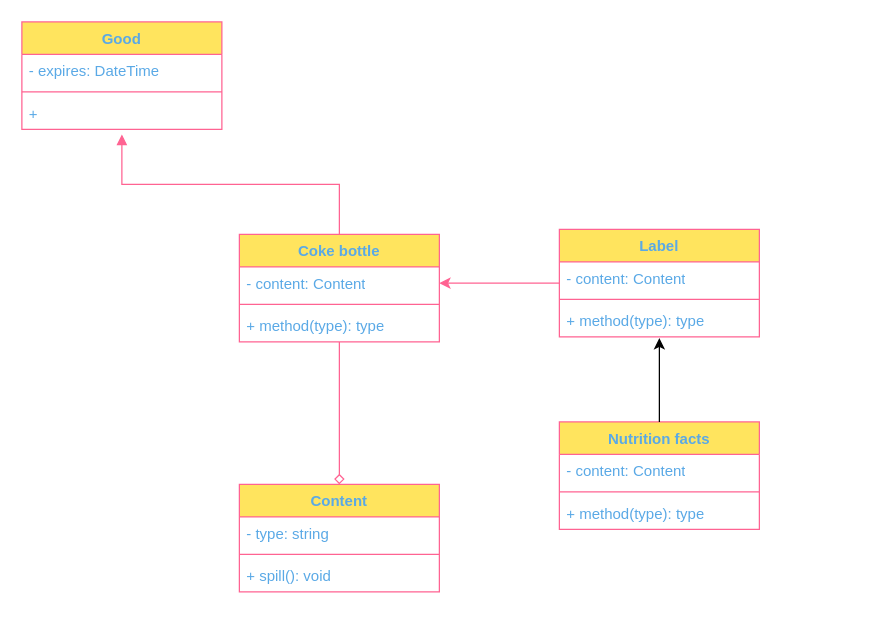
This is Diagram UML.drawio from kwaadrat/UML-Diagrams, a draw.io file, before an edit. Source tidied: cells renumbered, new cells numbered last; positions are measured from the earlier drawing's top-left corner, leaving out a move shared by most shapes. Both pictures are drawn from the tidied source at 125%, with x=0, y=0 at pixel (21, 21).
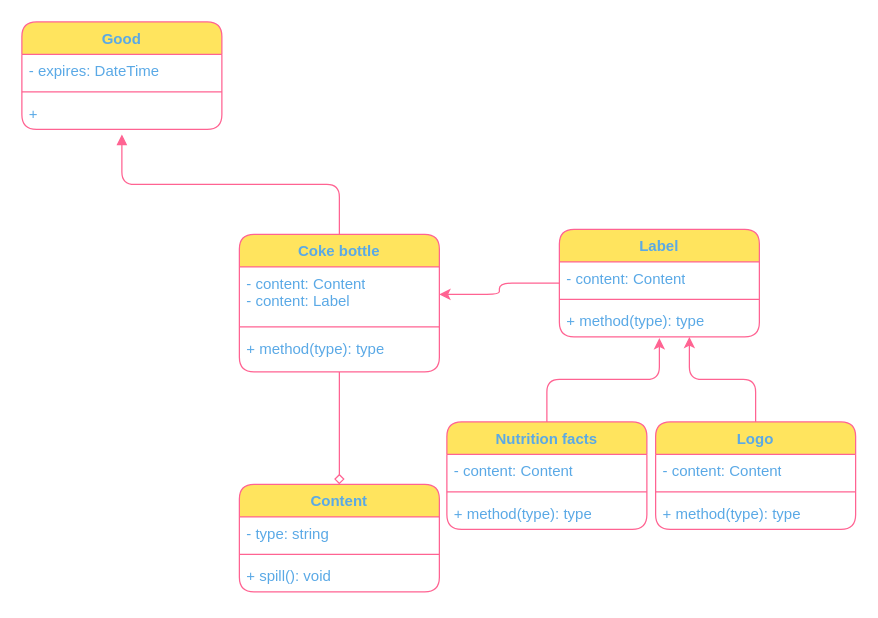
Above is the later version.

Change to the diagram source:
```diff
@@
-    <mxCell id="2" style="edgeStyle=orthogonalEdgeStyle;rounded=0;jettySize=auto;html=1;entryX=0.5;entryY=0;entryDx=0;entryDy=0;endArrow=diamond;endFill=0;labelBackgroundColor=none;strokeColor=#FF6392;fontColor=default;" parent="1" edge="1" source="3" target="11">
+    <mxCell id="2" style="edgeStyle=orthogonalEdgeStyle;rounded=1;jettySize=auto;html=1;entryX=0.5;entryY=0;entryDx=0;entryDy=0;endArrow=diamond;endFill=0;labelBackgroundColor=none;strokeColor=#FF6392;fontColor=default;" parent="1" edge="1" source="3" target="11">
       <mxGeometry relative="1" as="geometry" />
     </mxCell>
-    <mxCell id="3" value="Coke bottle" style="swimlane;fontStyle=1;align=center;verticalAlign=top;horizontal=1;startSize=26;whiteSpace=wrap;html=1;labelBackgroundColor=none;fillColor=#FFE45E;strokeColor=#FF6392;fontColor=#5AA9E6;" parent="1" vertex="1">
-      <mxGeometry x="174" y="170" width="160" height="86" as="geometry" />
+    <mxCell id="3" value="Coke bottle" style="swimlane;fontStyle=1;align=center;verticalAlign=top;horizontal=1;startSize=26;whiteSpace=wrap;html=1;labelBackgroundColor=none;fillColor=#FFE45E;strokeColor=#FF6392;fontColor=#5AA9E6;rounded=1;" parent="1" vertex="1">
+      <mxGeometry x="174" y="170" width="160" height="110" as="geometry" />
     </mxCell>
-    <mxCell id="4" value="- content: Content" style="text;strokeColor=none;fillColor=none;align=left;verticalAlign=top;spacingLeft=4;spacingRight=4;overflow=hidden;points=[[0,0.5],[1,0.5]];portConstraint=eastwest;whiteSpace=wrap;html=1;labelBackgroundColor=none;fontColor=#5AA9E6;" parent="3" vertex="1">
-      <mxGeometry y="26" width="160" height="26" as="geometry" />
+    <mxCell id="4" value="- content: Content&lt;br&gt;- content: Label" style="text;strokeColor=none;fillColor=none;align=left;verticalAlign=top;spacingLeft=4;spacingRight=4;overflow=hidden;points=[[0,0.5],[1,0.5]];portConstraint=eastwest;whiteSpace=wrap;html=1;labelBackgroundColor=none;fontColor=#5AA9E6;rounded=1;" parent="3" vertex="1">
+      <mxGeometry y="26" width="160" height="44" as="geometry" />
     </mxCell>
-    <mxCell id="5" style="line;strokeWidth=1;fillColor=none;align=left;verticalAlign=middle;spacingTop=-1;spacingLeft=3;spacingRight=3;labelPosition=right;strokeColor=#FF6392;labelBackgroundColor=none;fontColor=#5AA9E6;" parent="3" vertex="1">
-      <mxGeometry y="52" width="160" height="8" as="geometry" />
+    <mxCell id="5" style="line;strokeWidth=1;fillColor=none;align=left;verticalAlign=middle;spacingTop=-1;spacingLeft=3;spacingRight=3;labelPosition=right;strokeColor=#FF6392;labelBackgroundColor=none;fontColor=#5AA9E6;rounded=1;" parent="3" vertex="1">
+      <mxGeometry y="70" width="160" height="8" as="geometry" />
     </mxCell>
-    <mxCell id="6" value="+ method(type): type" style="text;strokeColor=none;fillColor=none;align=left;verticalAlign=top;spacingLeft=4;spacingRight=4;overflow=hidden;whiteSpace=wrap;html=1;labelBackgroundColor=none;fontColor=#5AA9E6;" parent="3" vertex="1">
-      <mxGeometry y="60" width="160" height="26" as="geometry" />
+    <mxCell id="6" value="+ method(type): type" style="text;strokeColor=none;fillColor=none;align=left;verticalAlign=top;spacingLeft=4;spacingRight=4;overflow=hidden;whiteSpace=wrap;html=1;labelBackgroundColor=none;fontColor=#5AA9E6;rounded=1;" parent="3" vertex="1">
+      <mxGeometry y="78" width="160" height="32" as="geometry" />
     </mxCell>
-    <mxCell id="7" value="Good" style="swimlane;fontStyle=1;align=center;verticalAlign=top;horizontal=1;startSize=26;whiteSpace=wrap;html=1;labelBackgroundColor=none;fillColor=#FFE45E;strokeColor=#FF6392;fontColor=#5AA9E6;" parent="1" vertex="1">
+    <mxCell id="7" value="Good" style="swimlane;fontStyle=1;align=center;verticalAlign=top;horizontal=1;startSize=26;whiteSpace=wrap;html=1;labelBackgroundColor=none;fillColor=#FFE45E;strokeColor=#FF6392;fontColor=#5AA9E6;rounded=1;" parent="1" vertex="1">
       <mxGeometry width="160" height="86" as="geometry" />
     </mxCell>
-    <mxCell id="8" value="- expires: DateTime" style="text;strokeColor=none;fillColor=none;align=left;verticalAlign=top;spacingLeft=4;spacingRight=4;overflow=hidden;whiteSpace=wrap;html=1;labelBackgroundColor=none;fontColor=#5AA9E6;" parent="7" vertex="1">
+    <mxCell id="8" value="- expires: DateTime" style="text;strokeColor=none;fillColor=none;align=left;verticalAlign=top;spacingLeft=4;spacingRight=4;overflow=hidden;whiteSpace=wrap;html=1;labelBackgroundColor=none;fontColor=#5AA9E6;rounded=1;" parent="7" vertex="1">
       <mxGeometry y="26" width="160" height="26" as="geometry" />
     </mxCell>
-    <mxCell id="9" style="line;strokeWidth=1;fillColor=none;align=left;verticalAlign=middle;spacingTop=-1;spacingLeft=3;spacingRight=3;labelPosition=right;strokeColor=#FF6392;labelBackgroundColor=none;fontColor=#5AA9E6;" parent="7" vertex="1">
+    <mxCell id="9" style="line;strokeWidth=1;fillColor=none;align=left;verticalAlign=middle;spacingTop=-1;spacingLeft=3;spacingRight=3;labelPosition=right;strokeColor=#FF6392;labelBackgroundColor=none;fontColor=#5AA9E6;rounded=1;" parent="7" vertex="1">
       <mxGeometry y="52" width="160" height="8" as="geometry" />
     </mxCell>
-    <mxCell id="10" value="+&amp;nbsp;" style="text;strokeColor=none;fillColor=none;align=left;verticalAlign=top;spacingLeft=4;spacingRight=4;overflow=hidden;points=[[0,0.5],[1,0.5]];portConstraint=eastwest;whiteSpace=wrap;html=1;labelBackgroundColor=none;fontColor=#5AA9E6;" parent="7" vertex="1">
+    <mxCell id="10" value="+&amp;nbsp;" style="text;strokeColor=none;fillColor=none;align=left;verticalAlign=top;spacingLeft=4;spacingRight=4;overflow=hidden;points=[[0,0.5],[1,0.5]];portConstraint=eastwest;whiteSpace=wrap;html=1;labelBackgroundColor=none;fontColor=#5AA9E6;rounded=1;" parent="7" vertex="1">
       <mxGeometry y="60" width="160" height="26" as="geometry" />
     </mxCell>
-    <mxCell id="11" value="Content" style="swimlane;fontStyle=1;align=center;verticalAlign=top;horizontal=1;startSize=26;whiteSpace=wrap;html=1;labelBackgroundColor=none;fillColor=#FFE45E;strokeColor=#FF6392;fontColor=#5AA9E6;" parent="1" vertex="1">
+    <mxCell id="11" value="Content" style="swimlane;fontStyle=1;align=center;verticalAlign=top;horizontal=1;startSize=26;whiteSpace=wrap;html=1;labelBackgroundColor=none;fillColor=#FFE45E;strokeColor=#FF6392;fontColor=#5AA9E6;rounded=1;" parent="1" vertex="1">
       <mxGeometry x="174" y="370" width="160" height="86" as="geometry" />
     </mxCell>
-    <mxCell id="12" value="- type: string" style="text;strokeColor=none;fillColor=none;align=left;verticalAlign=top;spacingLeft=4;spacingRight=4;overflow=hidden;whiteSpace=wrap;html=1;labelBackgroundColor=none;fontColor=#5AA9E6;" parent="11" vertex="1">
+    <mxCell id="12" value="- type: string" style="text;strokeColor=none;fillColor=none;align=left;verticalAlign=top;spacingLeft=4;spacingRight=4;overflow=hidden;whiteSpace=wrap;html=1;labelBackgroundColor=none;fontColor=#5AA9E6;rounded=1;" parent="11" vertex="1">
       <mxGeometry y="26" width="160" height="26" as="geometry" />
     </mxCell>
-    <mxCell id="13" style="line;strokeWidth=1;fillColor=none;align=left;verticalAlign=middle;spacingTop=-1;spacingLeft=3;spacingRight=3;labelPosition=right;strokeColor=#FF6392;labelBackgroundColor=none;fontColor=#5AA9E6;" parent="11" vertex="1">
+    <mxCell id="13" style="line;strokeWidth=1;fillColor=none;align=left;verticalAlign=middle;spacingTop=-1;spacingLeft=3;spacingRight=3;labelPosition=right;strokeColor=#FF6392;labelBackgroundColor=none;fontColor=#5AA9E6;rounded=1;" parent="11" vertex="1">
       <mxGeometry y="52" width="160" height="8" as="geometry" />
     </mxCell>
-    <mxCell id="14" value="+ spill(): void" style="text;strokeColor=none;fillColor=none;align=left;verticalAlign=top;spacingLeft=4;spacingRight=4;overflow=hidden;whiteSpace=wrap;html=1;labelBackgroundColor=none;fontColor=#5AA9E6;" parent="11" vertex="1">
+    <mxCell id="14" value="+ spill(): void" style="text;strokeColor=none;fillColor=none;align=left;verticalAlign=top;spacingLeft=4;spacingRight=4;overflow=hidden;whiteSpace=wrap;html=1;labelBackgroundColor=none;fontColor=#5AA9E6;rounded=1;" parent="11" vertex="1">
       <mxGeometry y="60" width="160" height="26" as="geometry" />
     </mxCell>
-    <mxCell id="15" style="html=1;verticalAlign=bottom;endArrow=block;curved=0;rounded=0;entryX=0.5;entryY=1.154;entryDx=0;entryDy=0;entryPerimeter=0;exitX=0.5;exitY=0;exitDx=0;exitDy=0;align=center;labelBorderColor=none;labelBackgroundColor=none;strokeColor=#FF6392;fontColor=default;" parent="1" edge="1" source="3" target="10">
+    <mxCell id="15" style="html=1;verticalAlign=bottom;endArrow=block;curved=0;rounded=1;entryX=0.5;entryY=1.154;entryDx=0;entryDy=0;entryPerimeter=0;exitX=0.5;exitY=0;exitDx=0;exitDy=0;align=center;labelBorderColor=none;labelBackgroundColor=none;strokeColor=#FF6392;fontColor=default;" parent="1" edge="1" source="3" target="10">
       <mxGeometry relative="1" as="geometry">
         <Array as="points">
           <mxPoint x="254" y="130" />
           <mxPoint x="80" y="130" />
         </Array>
       </mxGeometry>
     </mxCell>
-    <mxCell id="16" style="edgeStyle=orthogonalEdgeStyle;rounded=0;jettySize=auto;html=1;entryX=1;entryY=0.5;entryDx=0;entryDy=0;labelBackgroundColor=none;strokeColor=#FF6392;fontColor=default;" parent="1" edge="1" source="17" target="4">
+    <mxCell id="16" style="edgeStyle=orthogonalEdgeStyle;rounded=1;jettySize=auto;html=1;entryX=1;entryY=0.5;entryDx=0;entryDy=0;labelBackgroundColor=none;strokeColor=#FF6392;fontColor=default;" parent="1" edge="1" source="17" target="4">
       <mxGeometry relative="1" as="geometry" />
     </mxCell>
-    <mxCell id="17" value="Label" style="swimlane;fontStyle=1;align=center;verticalAlign=top;horizontal=1;startSize=26;whiteSpace=wrap;html=1;labelBackgroundColor=none;fillColor=#FFE45E;strokeColor=#FF6392;fontColor=#5AA9E6;" parent="1" vertex="1">
+    <mxCell id="17" value="Label" style="swimlane;fontStyle=1;align=center;verticalAlign=top;horizontal=1;startSize=26;whiteSpace=wrap;html=1;labelBackgroundColor=none;fillColor=#FFE45E;strokeColor=#FF6392;fontColor=#5AA9E6;rounded=1;" parent="1" vertex="1">
       <mxGeometry x="430" y="166" width="160" height="86" as="geometry" />
     </mxCell>
-    <mxCell id="18" value="- content: Content" style="text;strokeColor=none;fillColor=none;align=left;verticalAlign=top;spacingLeft=4;spacingRight=4;overflow=hidden;whiteSpace=wrap;html=1;labelBackgroundColor=none;fontColor=#5AA9E6;" parent="17" vertex="1">
+    <mxCell id="18" value="- content: Content" style="text;strokeColor=none;fillColor=none;align=left;verticalAlign=top;spacingLeft=4;spacingRight=4;overflow=hidden;whiteSpace=wrap;html=1;labelBackgroundColor=none;fontColor=#5AA9E6;rounded=1;" parent="17" vertex="1">
       <mxGeometry y="26" width="160" height="26" as="geometry" />
     </mxCell>
-    <mxCell id="19" style="line;strokeWidth=1;fillColor=none;align=left;verticalAlign=middle;spacingTop=-1;spacingLeft=3;spacingRight=3;labelPosition=right;strokeColor=#FF6392;labelBackgroundColor=none;fontColor=#5AA9E6;" parent="17" vertex="1">
+    <mxCell id="19" style="line;strokeWidth=1;fillColor=none;align=left;verticalAlign=middle;spacingTop=-1;spacingLeft=3;spacingRight=3;labelPosition=right;strokeColor=#FF6392;labelBackgroundColor=none;fontColor=#5AA9E6;rounded=1;" parent="17" vertex="1">
       <mxGeometry y="52" width="160" height="8" as="geometry" />
     </mxCell>
-    <mxCell id="20" value="+ method(type): type" style="text;strokeColor=none;fillColor=none;align=left;verticalAlign=top;spacingLeft=4;spacingRight=4;overflow=hidden;points=[[0,0.5],[1,0.5]];portConstraint=eastwest;whiteSpace=wrap;html=1;labelBackgroundColor=none;fontColor=#5AA9E6;" parent="17" vertex="1">
+    <mxCell id="20" value="+ method(type): type" style="text;strokeColor=none;fillColor=none;align=left;verticalAlign=top;spacingLeft=4;spacingRight=4;overflow=hidden;points=[[0,0.5],[1,0.5]];portConstraint=eastwest;whiteSpace=wrap;html=1;labelBackgroundColor=none;fontColor=#5AA9E6;rounded=1;" parent="17" vertex="1">
       <mxGeometry y="60" width="160" height="26" as="geometry" />
     </mxCell>
-    <mxCell id="21" value="Nutrition facts" style="swimlane;fontStyle=1;align=center;verticalAlign=top;horizontal=1;startSize=26;whiteSpace=wrap;html=1;labelBackgroundColor=none;fillColor=#FFE45E;strokeColor=#FF6392;fontColor=#5AA9E6;" parent="1" vertex="1">
-      <mxGeometry x="430" y="320" width="160" height="86" as="geometry" />
+    <mxCell id="21" value="Nutrition facts" style="swimlane;fontStyle=1;align=center;verticalAlign=top;horizontal=1;startSize=26;whiteSpace=wrap;html=1;labelBackgroundColor=none;fillColor=#FFE45E;strokeColor=#FF6392;fontColor=#5AA9E6;rounded=1;" parent="1" vertex="1">
+      <mxGeometry x="340" y="320" width="160" height="86" as="geometry" />
     </mxCell>
-    <mxCell id="22" value="- content: Content" style="text;strokeColor=none;fillColor=none;align=left;verticalAlign=top;spacingLeft=4;spacingRight=4;overflow=hidden;whiteSpace=wrap;html=1;labelBackgroundColor=none;fontColor=#5AA9E6;" parent="21" vertex="1">
+    <mxCell id="22" value="- content: Content" style="text;strokeColor=none;fillColor=none;align=left;verticalAlign=top;spacingLeft=4;spacingRight=4;overflow=hidden;whiteSpace=wrap;html=1;labelBackgroundColor=none;fontColor=#5AA9E6;rounded=1;" parent="21" vertex="1">
       <mxGeometry y="26" width="160" height="26" as="geometry" />
     </mxCell>
-    <mxCell id="23" style="line;strokeWidth=1;fillColor=none;align=left;verticalAlign=middle;spacingTop=-1;spacingLeft=3;spacingRight=3;labelPosition=right;strokeColor=#FF6392;labelBackgroundColor=none;fontColor=#5AA9E6;" parent="21" vertex="1">
+    <mxCell id="23" style="line;strokeWidth=1;fillColor=none;align=left;verticalAlign=middle;spacingTop=-1;spacingLeft=3;spacingRight=3;labelPosition=right;strokeColor=#FF6392;labelBackgroundColor=none;fontColor=#5AA9E6;rounded=1;" parent="21" vertex="1">
       <mxGeometry y="52" width="160" height="8" as="geometry" />
     </mxCell>
-    <mxCell id="24" value="+ method(type): type" style="text;strokeColor=none;fillColor=none;align=left;verticalAlign=top;spacingLeft=4;spacingRight=4;overflow=hidden;whiteSpace=wrap;html=1;labelBackgroundColor=none;fontColor=#5AA9E6;" parent="21" vertex="1">
+    <mxCell id="24" value="+ method(type): type" style="text;strokeColor=none;fillColor=none;align=left;verticalAlign=top;spacingLeft=4;spacingRight=4;overflow=hidden;whiteSpace=wrap;html=1;labelBackgroundColor=none;fontColor=#5AA9E6;rounded=1;" parent="21" vertex="1">
       <mxGeometry y="60" width="160" height="26" as="geometry" />
     </mxCell>
-    <mxCell id="25" style="edgeStyle=orthogonalEdgeStyle;rounded=0;jettySize=auto;html=1;entryX=0.5;entryY=1.038;entryDx=0;entryDy=0;entryPerimeter=0;" parent="1" edge="1" source="21" target="20">
+    <mxCell id="25" style="edgeStyle=orthogonalEdgeStyle;rounded=1;jettySize=auto;html=1;entryX=0.5;entryY=1.038;entryDx=0;entryDy=0;entryPerimeter=0;labelBackgroundColor=none;strokeColor=#FF6392;fontColor=default;" parent="1" edge="1" source="21" target="20">
       <mxGeometry relative="1" as="geometry" />
     </mxCell>
+    <mxCell id="26" value="Logo" style="swimlane;fontStyle=1;align=center;verticalAlign=top;horizontal=1;startSize=26;whiteSpace=wrap;html=1;labelBackgroundColor=none;fillColor=#FFE45E;strokeColor=#FF6392;fontColor=#5AA9E6;rounded=1;" parent="1" vertex="1">
+      <mxGeometry x="507" y="320" width="160" height="86" as="geometry" />
+    </mxCell>
+    <mxCell id="27" value="- content: Content" style="text;strokeColor=none;fillColor=none;align=left;verticalAlign=top;spacingLeft=4;spacingRight=4;overflow=hidden;whiteSpace=wrap;html=1;labelBackgroundColor=none;fontColor=#5AA9E6;rounded=1;" parent="26" vertex="1">
+      <mxGeometry y="26" width="160" height="26" as="geometry" />
+    </mxCell>
+    <mxCell id="28" style="line;strokeWidth=1;fillColor=none;align=left;verticalAlign=middle;spacingTop=-1;spacingLeft=3;spacingRight=3;labelPosition=right;strokeColor=#FF6392;labelBackgroundColor=none;fontColor=#5AA9E6;rounded=1;" parent="26" vertex="1">
+      <mxGeometry y="52" width="160" height="8" as="geometry" />
+    </mxCell>
+    <mxCell id="29" value="+ method(type): type" style="text;strokeColor=none;fillColor=none;align=left;verticalAlign=top;spacingLeft=4;spacingRight=4;overflow=hidden;whiteSpace=wrap;html=1;labelBackgroundColor=none;fontColor=#5AA9E6;rounded=1;" parent="26" vertex="1">
+      <mxGeometry y="60" width="160" height="26" as="geometry" />
+    </mxCell>
+    <mxCell id="30" style="edgeStyle=orthogonalEdgeStyle;rounded=1;jettySize=auto;html=1;entryX=0.65;entryY=1;entryDx=0;entryDy=0;entryPerimeter=0;labelBackgroundColor=none;strokeColor=#FF6392;fontColor=default;" parent="1" edge="1" source="26" target="20">
+      <mxGeometry relative="1" as="geometry" />
+    </mxCell>
```
